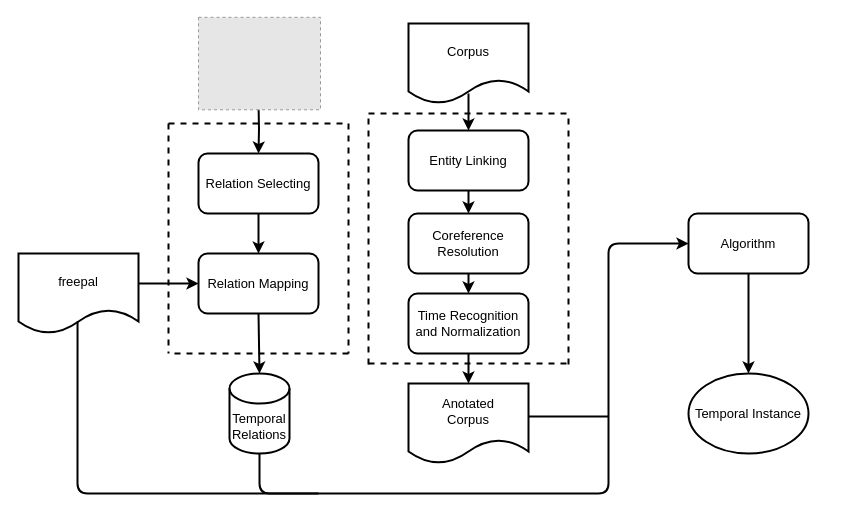
JianhaoChen-nju/cjh-house keeps this draw.io diagram as Untitled Diagram.drawio. Above is the earlier version. Source tidied: cells renumbered, new cells numbered last; positions are measured from the earlier drawing's top-left corner, leaving out a move shared by most shapes. Both pictures are drawn from the tidied source at 100%, with x=0, y=0 at pixel (18, 17). Pictures stored in the file or linked from it are replaced by grey dashed boxes.
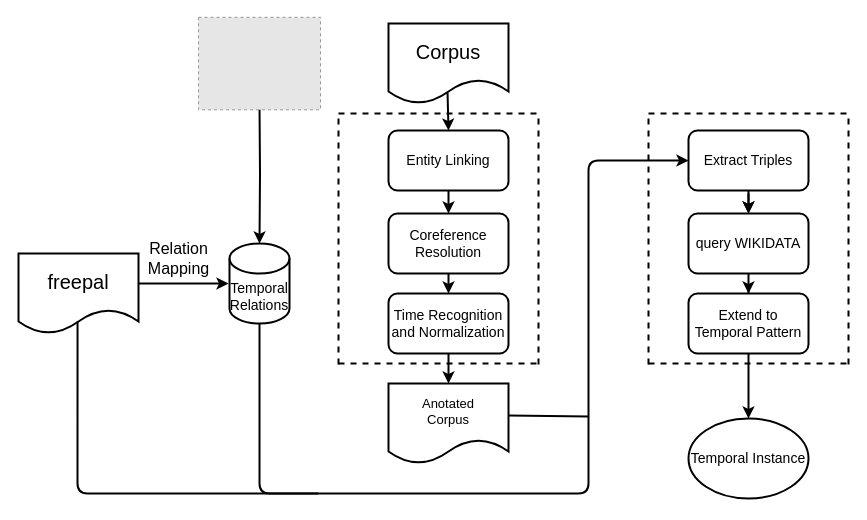
After the change.

The edit, as a diff of the source:
```diff
@@
-    <mxCell id="2" value="Corpus" style="shape=document;whiteSpace=wrap;html=1;boundedLbl=1;fontSize=13;strokeWidth=2;" parent="1" vertex="1">
-      <mxGeometry x="390" y="6" width="120" height="80" as="geometry" />
+    <mxCell id="2" value="&lt;font style=&quot;font-size: 20px&quot;&gt;Corpus&lt;/font&gt;" style="shape=document;whiteSpace=wrap;html=1;boundedLbl=1;fontSize=13;strokeWidth=2;" parent="1" vertex="1">
+      <mxGeometry x="370" y="6" width="120" height="80" as="geometry" />
     </mxCell>
-    <mxCell id="3" style="edgeStyle=orthogonalEdgeStyle;rounded=0;jettySize=auto;html=1;exitX=0.5;exitY=1;exitDx=0;exitDy=0;exitPerimeter=0;entryX=0.5;entryY=0;entryDx=0;entryDy=0;strokeWidth=2;" parent="1" edge="1" target="4">
-      <mxGeometry relative="1" as="geometry">
-        <mxPoint x="240" y="86" as="sourcePoint" />
-      </mxGeometry>
-    </mxCell>
-    <mxCell id="4" value="Relation Selecting" style="rounded=1;whiteSpace=wrap;html=1;strokeWidth=2;fontSize=13;" parent="1" vertex="1">
-      <mxGeometry x="180" y="136" width="120" height="60" as="geometry" />
-    </mxCell>
-    <mxCell id="5" value="freepal" style="shape=document;whiteSpace=wrap;html=1;boundedLbl=1;strokeWidth=2;fontSize=13;" parent="1" vertex="1">
+    <mxCell id="5" value="&lt;font style=&quot;font-size: 20px&quot;&gt;freepal&lt;/font&gt;" style="shape=document;whiteSpace=wrap;html=1;boundedLbl=1;strokeWidth=2;fontSize=13;" parent="1" vertex="1">
       <mxGeometry y="236" width="120" height="80" as="geometry" />
     </mxCell>
-    <mxCell id="6" value="Relation Mapping" style="rounded=1;whiteSpace=wrap;html=1;strokeWidth=2;fontSize=13;" parent="1" vertex="1">
-      <mxGeometry x="180" y="236" width="120" height="60" as="geometry" />
-    </mxCell>
-    <mxCell id="7" style="endArrow=classic;html=1;exitX=0.5;exitY=1;exitDx=0;exitDy=0;entryX=0.5;entryY=0;entryDx=0;entryDy=0;strokeWidth=2;" parent="1" edge="1" source="4" target="6">
-      <mxGeometry relative="1" as="geometry" />
-    </mxCell>
-    <mxCell id="8" style="endArrow=classic;html=1;strokeWidth=2;entryX=0;entryY=0.5;entryDx=0;entryDy=0;" parent="1" edge="1" target="6">
+    <mxCell id="8" style="endArrow=classic;html=1;strokeWidth=2;" parent="1" edge="1">
       <mxGeometry relative="1" as="geometry">
         <mxPoint x="120" y="266" as="sourcePoint" />
+        <mxPoint x="210" y="266" as="targetPoint" />
+        <Array as="points">
+          <mxPoint x="160" y="266" />
+        </Array>
       </mxGeometry>
     </mxCell>
+    <mxCell id="34" style="edgeStyle=orthogonalEdgeStyle;rounded=0;jettySize=auto;html=1;entryX=0.5;entryY=0;entryDx=0;entryDy=0;entryPerimeter=0;strokeWidth=2;" parent="1" edge="1" target="11">
+      <mxGeometry relative="1" as="geometry">
+        <mxPoint x="241" y="86" as="sourcePoint" />
+      </mxGeometry>
+    </mxCell>
@@
-    <mxCell id="10" style="endArrow=classic;html=1;entryX=0.5;entryY=0;entryDx=0;entryDy=0;entryPerimeter=0;exitX=0.5;exitY=1;exitDx=0;exitDy=0;strokeWidth=2;" parent="1" edge="1" source="6" target="11">
-      <mxGeometry relative="1" as="geometry" />
-    </mxCell>
-    <mxCell id="11" value="Temporal&lt;br style=&quot;font-size: 13px;&quot;&gt;Relations" style="shape=cylinder3;whiteSpace=wrap;html=1;boundedLbl=1;backgroundOutline=1;size=15;strokeWidth=2;fontSize=13;" parent="1" vertex="1">
-      <mxGeometry x="211" y="356" width="60" height="80" as="geometry" />
+    <mxCell id="11" value="&lt;font style=&quot;font-size: 14px&quot;&gt;Temporal&lt;br&gt;Relations&lt;/font&gt;" style="shape=cylinder3;whiteSpace=wrap;html=1;boundedLbl=1;backgroundOutline=1;size=15;strokeWidth=2;fontSize=13;" parent="1" vertex="1">
+      <mxGeometry x="211" y="226" width="60" height="80" as="geometry" />
     </mxCell>
-    <mxCell id="12" style="endArrow=none;dashed=1;html=1;strokeWidth=2;" parent="1" edge="1">
-      <mxGeometry relative="1" as="geometry">
-        <mxPoint x="150" y="106" as="sourcePoint" />
-        <mxPoint x="330" y="106" as="targetPoint" />
-      </mxGeometry>
-    </mxCell>
-    <mxCell id="13" style="endArrow=none;dashed=1;html=1;strokeWidth=2;" parent="1" edge="1">
-      <mxGeometry relative="1" as="geometry">
-        <mxPoint x="150" y="106" as="sourcePoint" />
-        <mxPoint x="150" y="336" as="targetPoint" />
-      </mxGeometry>
-    </mxCell>
-    <mxCell id="14" style="endArrow=none;dashed=1;html=1;strokeWidth=2;" parent="1" edge="1">
-      <mxGeometry relative="1" as="geometry">
-        <mxPoint x="330" y="106" as="sourcePoint" />
-        <mxPoint x="330" y="336" as="targetPoint" />
-      </mxGeometry>
-    </mxCell>
-    <mxCell id="15" style="endArrow=none;dashed=1;html=1;strokeWidth=2;" parent="1" edge="1">
-      <mxGeometry relative="1" as="geometry">
-        <mxPoint x="330" y="336" as="sourcePoint" />
-        <mxPoint x="150" y="336" as="targetPoint" />
-      </mxGeometry>
-    </mxCell>
-    <mxCell id="16" value="Entity Linking" style="rounded=1;whiteSpace=wrap;html=1;fontSize=13;strokeWidth=2;" parent="1" vertex="1">
-      <mxGeometry x="390" y="113" width="120" height="60" as="geometry" />
+    <mxCell id="16" value="&lt;font style=&quot;font-size: 14px&quot;&gt;Entity Linking&lt;/font&gt;" style="rounded=1;whiteSpace=wrap;html=1;fontSize=13;strokeWidth=2;" parent="1" vertex="1">
+      <mxGeometry x="370" y="113" width="120" height="60" as="geometry" />
     </mxCell>
-    <mxCell id="17" value="Coreference&lt;br&gt;Resolution" style="rounded=1;whiteSpace=wrap;html=1;fontSize=13;strokeWidth=2;" parent="1" vertex="1">
-      <mxGeometry x="390" y="196" width="120" height="60" as="geometry" />
+    <mxCell id="17" value="&lt;font style=&quot;font-size: 14px&quot;&gt;Coreference&lt;br&gt;Resolution&lt;/font&gt;" style="rounded=1;whiteSpace=wrap;html=1;fontSize=13;strokeWidth=2;" parent="1" vertex="1">
+      <mxGeometry x="370" y="196" width="120" height="60" as="geometry" />
     </mxCell>
-    <mxCell id="18" value="Time Recognition&lt;br&gt;and Normalization" style="rounded=1;whiteSpace=wrap;html=1;fontSize=13;strokeWidth=2;" parent="1" vertex="1">
-      <mxGeometry x="390" y="276" width="120" height="60" as="geometry" />
+    <mxCell id="18" value="&lt;font style=&quot;font-size: 14px&quot;&gt;Time Recognition&lt;br&gt;and Normalization&lt;/font&gt;" style="rounded=1;whiteSpace=wrap;html=1;fontSize=13;strokeWidth=2;" parent="1" vertex="1">
+      <mxGeometry x="370" y="276" width="120" height="60" as="geometry" />
     </mxCell>
-    <mxCell id="19" style="endArrow=classic;html=1;fontSize=13;strokeWidth=2;entryX=0.5;entryY=0;entryDx=0;entryDy=0;" parent="1" edge="1" target="16">
-      <mxGeometry relative="1" as="geometry">
-        <mxPoint x="450" y="76" as="sourcePoint" />
-      </mxGeometry>
+    <mxCell id="19" style="endArrow=classic;html=1;fontSize=13;strokeWidth=2;entryX=0.5;entryY=0;entryDx=0;entryDy=0;exitX=0.492;exitY=0.863;exitDx=0;exitDy=0;exitPerimeter=0;" parent="1" edge="1" source="2" target="16">
+      <mxGeometry relative="1" as="geometry" />
     </mxCell>
@@
     <mxCell id="22" style="endArrow=none;dashed=1;html=1;strokeWidth=2;" parent="1" edge="1">
       <mxGeometry relative="1" as="geometry">
-        <mxPoint x="350" y="96" as="sourcePoint" />
-        <mxPoint x="550" y="96" as="targetPoint" />
+        <mxPoint x="320" y="96" as="sourcePoint" />
+        <mxPoint x="520" y="96" as="targetPoint" />
       </mxGeometry>
     </mxCell>
     <mxCell id="23" style="endArrow=none;dashed=1;html=1;strokeWidth=2;" parent="1" edge="1">
       <mxGeometry relative="1" as="geometry">
-        <mxPoint x="550" y="101" as="sourcePoint" />
-        <mxPoint x="550" y="351" as="targetPoint" />
+        <mxPoint x="520" y="101" as="sourcePoint" />
+        <mxPoint x="520" y="351" as="targetPoint" />
         <Array as="points">
-          <mxPoint x="550" y="225" />
+          <mxPoint x="520" y="225" />
         </Array>
       </mxGeometry>
     </mxCell>
     <mxCell id="24" style="endArrow=none;dashed=1;html=1;strokeWidth=2;" parent="1" edge="1">
       <mxGeometry relative="1" as="geometry">
-        <mxPoint x="350" y="101" as="sourcePoint" />
-        <mxPoint x="350" y="351" as="targetPoint" />
+        <mxPoint x="320" y="101" as="sourcePoint" />
+        <mxPoint x="320" y="351" as="targetPoint" />
         <Array as="points">
-          <mxPoint x="350" y="225" />
+          <mxPoint x="320" y="225" />
         </Array>
       </mxGeometry>
     </mxCell>
     <mxCell id="25" style="endArrow=none;dashed=1;html=1;strokeWidth=2;" parent="1" edge="1">
       <mxGeometry relative="1" as="geometry">
-        <mxPoint x="350" y="346" as="sourcePoint" />
-        <mxPoint x="550" y="346" as="targetPoint" />
+        <mxPoint x="320" y="346" as="sourcePoint" />
+        <mxPoint x="520" y="346" as="targetPoint" />
       </mxGeometry>
     </mxCell>
-    <mxCell id="26" style="endArrow=classic;html=1;fontSize=13;strokeWidth=2;exitX=0.5;exitY=1;exitDx=0;exitDy=0;" parent="1" edge="1" source="18">
-      <mxGeometry relative="1" as="geometry">
-        <mxPoint x="450" y="366" as="targetPoint" />
-      </mxGeometry>
+    <mxCell id="26" style="endArrow=classic;html=1;fontSize=13;strokeWidth=2;exitX=0.5;exitY=1;exitDx=0;exitDy=0;entryX=0.5;entryY=0;entryDx=0;entryDy=0;" parent="1" edge="1" source="18" target="27">
+      <mxGeometry relative="1" as="geometry" />
     </mxCell>
     <mxCell id="27" value="Anotated&lt;br&gt;Corpus" style="shape=document;whiteSpace=wrap;html=1;boundedLbl=1;fontSize=13;strokeWidth=2;" parent="1" vertex="1">
-      <mxGeometry x="390" y="366" width="120" height="80" as="geometry" />
+      <mxGeometry x="370" y="366" width="120" height="80" as="geometry" />
     </mxCell>
-    <mxCell id="28" style="endArrow=classic;html=1;fontSize=13;strokeWidth=2;exitX=0.5;exitY=1;exitDx=0;exitDy=0;exitPerimeter=0;" parent="1" edge="1" source="11">
+    <mxCell id="28" style="endArrow=classic;html=1;fontSize=13;strokeWidth=2;exitX=0.5;exitY=1;exitDx=0;exitDy=0;exitPerimeter=0;entryX=0;entryY=0.5;entryDx=0;entryDy=0;" parent="1" edge="1" source="11" target="38">
       <mxGeometry relative="1" as="geometry">
-        <mxPoint x="670" y="226" as="targetPoint" />
         <Array as="points">
           <mxPoint x="241" y="476" />
           <mxPoint x="420" y="476" />
-          <mxPoint x="590" y="476" />
-          <mxPoint x="590" y="226" />
+          <mxPoint x="570" y="476" />
+          <mxPoint x="570" y="306" />
+          <mxPoint x="570" y="143" />
+          <mxPoint x="620" y="143" />
         </Array>
       </mxGeometry>
     </mxCell>
-    <mxCell id="29" style="endArrow=none;html=1;fontSize=13;strokeWidth=2;" parent="1" edge="1">
+    <mxCell id="29" style="endArrow=none;html=1;fontSize=13;strokeWidth=2;exitX=1;exitY=0.4;exitDx=0;exitDy=0;exitPerimeter=0;" parent="1" edge="1" source="27">
       <mxGeometry relative="1" as="geometry">
-        <mxPoint x="510" y="399" as="sourcePoint" />
-        <mxPoint x="590" y="399" as="targetPoint" />
+        <mxPoint x="570" y="399" as="targetPoint" />
       </mxGeometry>
     </mxCell>
-    <mxCell id="30" value="Algorithm" style="rounded=1;whiteSpace=wrap;html=1;fontSize=13;strokeWidth=2;" parent="1" vertex="1">
-      <mxGeometry x="670" y="196" width="120" height="60" as="geometry" />
+    <mxCell id="30" value="&lt;font style=&quot;font-size: 14px&quot;&gt;Extend to&lt;br&gt;Temporal Pattern&lt;/font&gt;" style="rounded=1;whiteSpace=wrap;html=1;fontSize=13;strokeWidth=2;" parent="1" vertex="1">
+      <mxGeometry x="670" y="276" width="120" height="60" as="geometry" />
     </mxCell>
-    <mxCell id="31" style="endArrow=classic;html=1;fontSize=13;strokeWidth=2;exitX=0.5;exitY=1;exitDx=0;exitDy=0;" parent="1" edge="1" source="30">
-      <mxGeometry relative="1" as="geometry">
-        <mxPoint x="730" y="356" as="targetPoint" />
-      </mxGeometry>
+    <mxCell id="31" style="endArrow=classic;html=1;fontSize=13;strokeWidth=2;exitX=0.5;exitY=1;exitDx=0;exitDy=0;entryX=0.5;entryY=0;entryDx=0;entryDy=0;" parent="1" edge="1" source="30" target="32">
+      <mxGeometry relative="1" as="geometry" />
     </mxCell>
-    <mxCell id="32" value="Temporal Instance" style="ellipse;whiteSpace=wrap;html=1;fontSize=13;strokeWidth=2;" parent="1" vertex="1">
-      <mxGeometry x="670" y="356" width="120" height="80" as="geometry" />
+    <mxCell id="32" value="&lt;font style=&quot;font-size: 14px&quot;&gt;Temporal Instance&lt;/font&gt;" style="ellipse;whiteSpace=wrap;html=1;fontSize=13;strokeWidth=2;" parent="1" vertex="1">
+      <mxGeometry x="670" y="401" width="120" height="80" as="geometry" />
     </mxCell>
@@
+    <mxCell id="6" value="&lt;font style=&quot;font-size: 16px&quot;&gt;Relation&lt;br&gt;Mapping&lt;/font&gt;" style="text;html=1;align=center;verticalAlign=middle;points=[];strokeColor=none;fillColor=none;" parent="1" vertex="1">
+      <mxGeometry x="120" y="221" width="80" height="40" as="geometry" />
+    </mxCell>
+    <mxCell id="35" style="edgeStyle=orthogonalEdgeStyle;rounded=0;jettySize=auto;html=1;entryX=0.5;entryY=0;entryDx=0;entryDy=0;strokeWidth=2;" parent="1" edge="1" source="36" target="30">
+      <mxGeometry relative="1" as="geometry" />
+    </mxCell>
+    <mxCell id="36" value="&lt;font style=&quot;font-size: 14px&quot;&gt;query WIKIDATA&lt;/font&gt;" style="rounded=1;whiteSpace=wrap;html=1;fontSize=13;strokeWidth=2;" parent="1" vertex="1">
+      <mxGeometry x="670" y="196" width="120" height="60" as="geometry" />
+    </mxCell>
+    <mxCell id="37" style="edgeStyle=orthogonalEdgeStyle;rounded=0;jettySize=auto;html=1;strokeWidth=2;" parent="1" edge="1" source="38" target="36">
+      <mxGeometry relative="1" as="geometry" />
+    </mxCell>
+    <mxCell id="38" value="&lt;font style=&quot;font-size: 14px&quot;&gt;Extract Triples&lt;/font&gt;" style="rounded=1;whiteSpace=wrap;html=1;fontSize=13;strokeWidth=2;" parent="1" vertex="1">
+      <mxGeometry x="670" y="113" width="120" height="60" as="geometry" />
+    </mxCell>
+    <mxCell id="39" style="endArrow=classic;html=1;fontSize=13;strokeWidth=2;entryX=0.5;entryY=0;entryDx=0;entryDy=0;" parent="1" edge="1" target="36">
+      <mxGeometry relative="1" as="geometry">
+        <mxPoint x="730" y="176" as="sourcePoint" />
+      </mxGeometry>
+    </mxCell>
+    <mxCell id="40" style="endArrow=none;dashed=1;html=1;strokeWidth=2;" parent="1" edge="1">
+      <mxGeometry relative="1" as="geometry">
+        <mxPoint x="630" y="96" as="sourcePoint" />
+        <mxPoint x="830" y="96" as="targetPoint" />
+      </mxGeometry>
+    </mxCell>
+    <mxCell id="41" style="endArrow=none;dashed=1;html=1;strokeWidth=2;" parent="1" edge="1">
+      <mxGeometry relative="1" as="geometry">
+        <mxPoint x="630" y="346" as="sourcePoint" />
+        <mxPoint x="830" y="346" as="targetPoint" />
+      </mxGeometry>
+    </mxCell>
+    <mxCell id="42" style="endArrow=none;dashed=1;html=1;strokeWidth=2;" parent="1" edge="1">
+      <mxGeometry relative="1" as="geometry">
+        <mxPoint x="830" y="101" as="sourcePoint" />
+        <mxPoint x="830" y="351" as="targetPoint" />
+        <Array as="points">
+          <mxPoint x="830" y="225" />
+        </Array>
+      </mxGeometry>
+    </mxCell>
+    <mxCell id="43" style="endArrow=none;dashed=1;html=1;strokeWidth=2;" parent="1" edge="1">
+      <mxGeometry relative="1" as="geometry">
+        <mxPoint x="630" y="101" as="sourcePoint" />
+        <mxPoint x="630" y="351" as="targetPoint" />
+        <Array as="points">
+          <mxPoint x="630" y="225" />
+        </Array>
+      </mxGeometry>
+    </mxCell>
```
